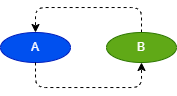
Above: Language/png/Seq9.dio.png in DualsoftDev/ds (draw.io), before the change. Source tidied: cells renumbered, new cells last; positions are measured from the earlier drawing's top-left corner, leaving out a move shared by most shapes. Its diagram source:
```xml
<mxGraphModel>
  <root>
    <mxCell id="0" />
    <mxCell id="1" parent="0" />
    <mxCell id="2" value="A" style="ellipse;whiteSpace=wrap;html=1;fillColor=#0050ef;fontColor=#ffffff;strokeColor=#001DBC;" parent="1" vertex="1">
      <mxGeometry y="25" width="70" height="30" as="geometry" />
    </mxCell>
    <mxCell id="3" style="edgeStyle=orthogonalEdgeStyle;html=1;exitX=0.5;exitY=1;exitDx=0;exitDy=0;entryX=0.5;entryY=1;entryDx=0;entryDy=0;dashed=1;" parent="1" edge="1" source="2" target="5">
      <mxGeometry relative="1" as="geometry">
        <Array as="points">
          <mxPoint x="35" y="80" />
          <mxPoint x="141" y="80" />
        </Array>
      </mxGeometry>
    </mxCell>
    <mxCell id="4" style="edgeStyle=orthogonalEdgeStyle;html=1;exitX=0.5;exitY=0;exitDx=0;exitDy=0;entryX=0.5;entryY=0;entryDx=0;entryDy=0;dashed=1;" parent="1" edge="1" source="5" target="2">
      <mxGeometry relative="1" as="geometry">
        <Array as="points">
          <mxPoint x="141" />
          <mxPoint x="35" />
        </Array>
      </mxGeometry>
    </mxCell>
    <mxCell id="5" value="B" style="ellipse;whiteSpace=wrap;html=1;fillColor=#60a917;fontColor=#ffffff;strokeColor=#2D7600;" parent="1" vertex="1">
      <mxGeometry x="106" y="25" width="70" height="30" as="geometry" />
    </mxCell>
  </root>
</mxGraphModel>
```
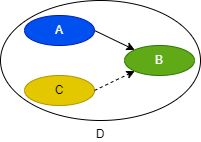
The same diagram one commit later.

The edit, as a diff of the source:
```diff
@@ -2,27 +2,26 @@
   <root>
     <mxCell id="0" />
     <mxCell id="1" parent="0" />
+    <mxCell id="6" style="group;" parent="1" vertex="1">
+      <mxGeometry x="-64" y="-70" width="200" height="120" as="geometry" />
+    </mxCell>
+    <mxCell id="7" value="D" style="ellipse;whiteSpace=wrap;html=1;labelPosition=center;verticalLabelPosition=bottom;align=center;verticalAlign=top;" parent="6" vertex="1">
+      <mxGeometry width="200" height="120" as="geometry" />
+    </mxCell>
-    <mxCell id="2" value="A" style="ellipse;whiteSpace=wrap;html=1;fillColor=#0050ef;fontColor=#ffffff;strokeColor=#001DBC;" parent="1" vertex="1">
-      <mxGeometry y="25" width="70" height="30" as="geometry" />
+    <mxCell id="2" value="A" style="ellipse;whiteSpace=wrap;html=1;fillColor=#0050ef;fontColor=#ffffff;strokeColor=#001DBC;" parent="6" vertex="1">
+      <mxGeometry x="24" y="15" width="70" height="30" as="geometry" />
     </mxCell>
-    <mxCell id="3" style="edgeStyle=orthogonalEdgeStyle;html=1;exitX=0.5;exitY=1;exitDx=0;exitDy=0;entryX=0.5;entryY=1;entryDx=0;entryDy=0;dashed=1;" parent="1" edge="1" source="2" target="5">
-      <mxGeometry relative="1" as="geometry">
-        <Array as="points">
-          <mxPoint x="35" y="80" />
-          <mxPoint x="141" y="80" />
-        </Array>
-      </mxGeometry>
+    <mxCell id="3" style="edgeStyle=none;html=1;exitX=1;exitY=0.5;exitDx=0;exitDy=0;entryX=0;entryY=0;entryDx=0;entryDy=0;" parent="6" edge="1" source="2" target="5">
+      <mxGeometry relative="1" as="geometry" />
     </mxCell>
-    <mxCell id="4" style="edgeStyle=orthogonalEdgeStyle;html=1;exitX=0.5;exitY=0;exitDx=0;exitDy=0;entryX=0.5;entryY=0;entryDx=0;entryDy=0;dashed=1;" parent="1" edge="1" source="5" target="2">
-      <mxGeometry relative="1" as="geometry">
-        <Array as="points">
-          <mxPoint x="141" />
-          <mxPoint x="35" />
-        </Array>
-      </mxGeometry>
-    </mxCell>
+    <mxCell id="8" value="C" style="ellipse;whiteSpace=wrap;html=1;fillColor=#e3c800;fontColor=#000000;strokeColor=#B09500;" parent="6" vertex="1">
+      <mxGeometry x="24" y="75" width="70" height="30" as="geometry" />
+    </mxCell>
+    <mxCell id="9" style="edgeStyle=none;html=1;exitX=1;exitY=0.5;exitDx=0;exitDy=0;entryX=0;entryY=1;entryDx=0;entryDy=0;dashed=1;" parent="6" edge="1" source="8" target="5">
+      <mxGeometry relative="1" as="geometry" />
+    </mxCell>
-    <mxCell id="5" value="B" style="ellipse;whiteSpace=wrap;html=1;fillColor=#60a917;fontColor=#ffffff;strokeColor=#2D7600;" parent="1" vertex="1">
-      <mxGeometry x="106" y="25" width="70" height="30" as="geometry" />
+    <mxCell id="5" value="B" style="ellipse;whiteSpace=wrap;html=1;fillColor=#60a917;fontColor=#ffffff;strokeColor=#2D7600;" parent="6" vertex="1">
+      <mxGeometry x="124" y="45" width="70" height="30" as="geometry" />
     </mxCell>
   </root>
 </mxGraphModel>
```
